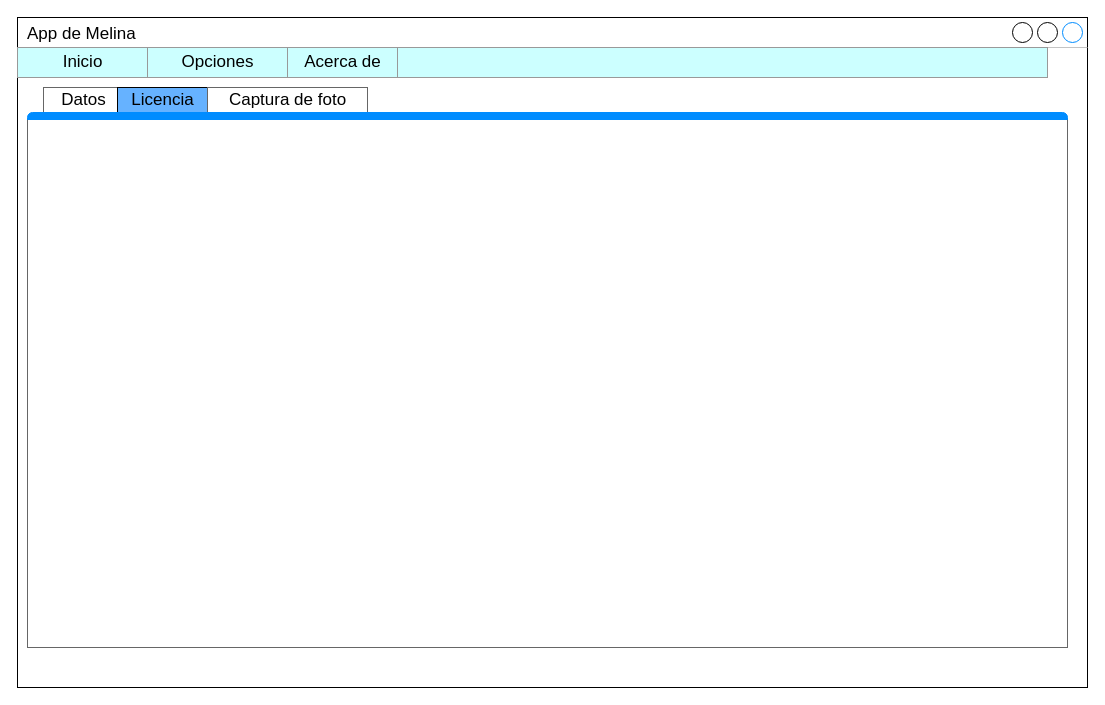
Earlier version of the draw.io diagram src/img/GUI_Licencia.drawio (mateomtz199/Tarea1_f). Source tidied: cells renumbered, new cells numbered last; positions are measured from the earlier drawing's top-left corner, leaving out a move shared by most shapes. Both pictures are drawn from the tidied source at 100%, with x=0, y=0 at pixel (17, 17).
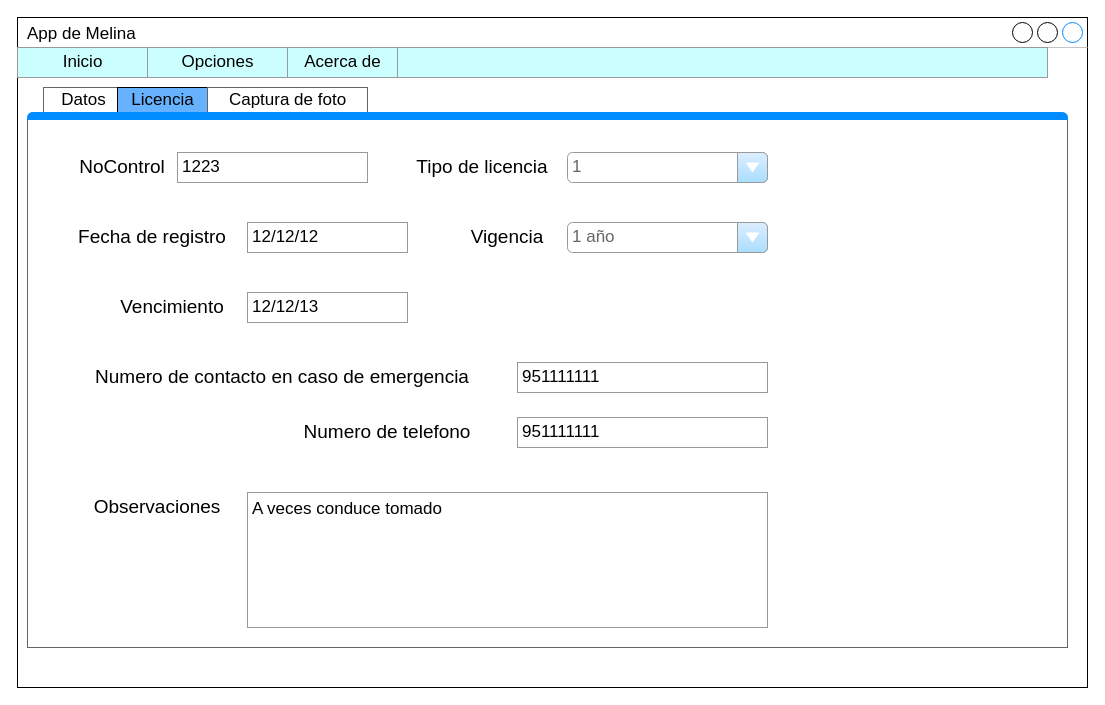
Above is the later version.

Commit message:
Primera version terminada GUI_Licencia.drawio

The change refers to these unchanged cells:
```xml
<mxCell id="3" style="strokeWidth=1;shadow=0;dashed=0;align=center;html=1;shape=mxgraph.mockup.containers.marginRect2;rectMarginTop=32;strokeColor=#666666;gradientColor=none;" parent="1" vertex="1">
  <mxGeometry x="10" y="70" width="1040" height="560" as="geometry" />
</mxCell>
```

Diff of the diagram source:
```diff
@@
+    <mxCell id="12" value="NoControl" style="text;html=1;strokeColor=none;fillColor=none;align=center;verticalAlign=middle;whiteSpace=wrap;rounded=0;fontColor=#000000;fontSize=19;" parent="3" vertex="1">
+      <mxGeometry x="40" y="70" width="110" height="20" as="geometry" />
+    </mxCell>
+    <mxCell id="13" value="1223" style="strokeWidth=1;shadow=0;dashed=0;align=center;html=1;shape=mxgraph.mockup.forms.pwField;strokeColor=#999999;mainText=;align=left;fontColor=#000000;fontSize=17;spacingLeft=3;" parent="3" vertex="1">
+      <mxGeometry x="150" y="65" width="190" height="30" as="geometry" />
+    </mxCell>
+    <mxCell id="14" value="Tipo de licencia" style="text;html=1;strokeColor=none;fillColor=none;align=center;verticalAlign=middle;whiteSpace=wrap;rounded=0;fontColor=#000000;fontSize=19;" parent="3" vertex="1">
+      <mxGeometry x="370" y="70" width="170" height="20" as="geometry" />
+    </mxCell>
+    <mxCell id="15" value="1" style="strokeWidth=1;shadow=0;dashed=0;align=center;html=1;shape=mxgraph.mockup.forms.comboBox;strokeColor=#999999;fillColor=#ddeeff;align=left;fillColor2=#aaddff;mainText=;fontColor=#666666;fontSize=17;spacingLeft=3;" parent="3" vertex="1">
+      <mxGeometry x="540" y="65" width="200" height="30" as="geometry" />
+    </mxCell>
+    <mxCell id="16" value="Fecha de registro" style="text;html=1;strokeColor=none;fillColor=none;align=center;verticalAlign=middle;whiteSpace=wrap;rounded=0;fontColor=#000000;fontSize=19;" parent="3" vertex="1">
+      <mxGeometry x="50" y="140" width="150" height="20" as="geometry" />
+    </mxCell>
+    <mxCell id="17" value="12/12/12" style="strokeWidth=1;shadow=0;dashed=0;align=center;html=1;shape=mxgraph.mockup.forms.pwField;strokeColor=#999999;mainText=;align=left;fontColor=#000000;fontSize=17;spacingLeft=3;" parent="3" vertex="1">
+      <mxGeometry x="220" y="135" width="160" height="30" as="geometry" />
+    </mxCell>
+    <mxCell id="18" value="Vigencia" style="text;html=1;strokeColor=none;fillColor=none;align=center;verticalAlign=middle;whiteSpace=wrap;rounded=0;fontColor=#000000;fontSize=19;" parent="3" vertex="1">
+      <mxGeometry x="430" y="140" width="100" height="20" as="geometry" />
+    </mxCell>
+    <mxCell id="19" value="1 año" style="strokeWidth=1;shadow=0;dashed=0;align=center;html=1;shape=mxgraph.mockup.forms.comboBox;strokeColor=#999999;fillColor=#ddeeff;align=left;fillColor2=#aaddff;mainText=;fontColor=#666666;fontSize=17;spacingLeft=3;" parent="3" vertex="1">
+      <mxGeometry x="540" y="135" width="200" height="30" as="geometry" />
+    </mxCell>
+    <mxCell id="20" value="Vencimiento" style="text;html=1;strokeColor=none;fillColor=none;align=center;verticalAlign=middle;whiteSpace=wrap;rounded=0;fontColor=#000000;fontSize=19;" parent="3" vertex="1">
+      <mxGeometry x="90" y="210" width="110" height="20" as="geometry" />
+    </mxCell>
+    <mxCell id="21" value="12/12/13" style="strokeWidth=1;shadow=0;dashed=0;align=center;html=1;shape=mxgraph.mockup.forms.pwField;strokeColor=#999999;mainText=;align=left;fontColor=#000000;fontSize=17;spacingLeft=3;" parent="3" vertex="1">
+      <mxGeometry x="220" y="205" width="160" height="30" as="geometry" />
+    </mxCell>
+    <mxCell id="22" value="Numero de contacto en caso de emergencia" style="text;html=1;strokeColor=none;fillColor=none;align=center;verticalAlign=middle;whiteSpace=wrap;rounded=0;fontColor=#000000;fontSize=19;" parent="3" vertex="1">
+      <mxGeometry x="60" y="280" width="390" height="20" as="geometry" />
+    </mxCell>
+    <mxCell id="23" value="951111111" style="strokeWidth=1;shadow=0;dashed=0;align=center;html=1;shape=mxgraph.mockup.forms.pwField;strokeColor=#999999;mainText=;align=left;fontColor=#000000;fontSize=17;spacingLeft=3;" parent="3" vertex="1">
+      <mxGeometry x="490" y="275" width="250" height="30" as="geometry" />
+    </mxCell>
+    <mxCell id="24" value="Numero de telefono" style="text;html=1;strokeColor=none;fillColor=none;align=center;verticalAlign=middle;whiteSpace=wrap;rounded=0;fontColor=#000000;fontSize=19;" parent="3" vertex="1">
+      <mxGeometry x="270" y="335" width="180" height="20" as="geometry" />
+    </mxCell>
+    <mxCell id="25" value="951111111" style="strokeWidth=1;shadow=0;dashed=0;align=center;html=1;shape=mxgraph.mockup.forms.pwField;strokeColor=#999999;mainText=;align=left;fontColor=#000000;fontSize=17;spacingLeft=3;" parent="3" vertex="1">
+      <mxGeometry x="490" y="330" width="250" height="30" as="geometry" />
+    </mxCell>
+    <mxCell id="26" value="Observaciones" style="text;html=1;strokeColor=none;fillColor=none;align=center;verticalAlign=middle;whiteSpace=wrap;rounded=0;fontColor=#000000;fontSize=19;" parent="3" vertex="1">
+      <mxGeometry x="60" y="410" width="140" height="20" as="geometry" />
+    </mxCell>
+    <mxCell id="27" value="A veces conduce tomado" style="strokeWidth=1;shadow=0;dashed=0;align=center;html=1;shape=mxgraph.mockup.forms.pwField;strokeColor=#999999;mainText=;align=left;fontColor=#000000;fontSize=17;spacingLeft=3;labelPosition=center;verticalLabelPosition=middle;verticalAlign=top;" parent="3" vertex="1">
+      <mxGeometry x="220" y="405" width="520" height="135" as="geometry" />
+    </mxCell>
```
